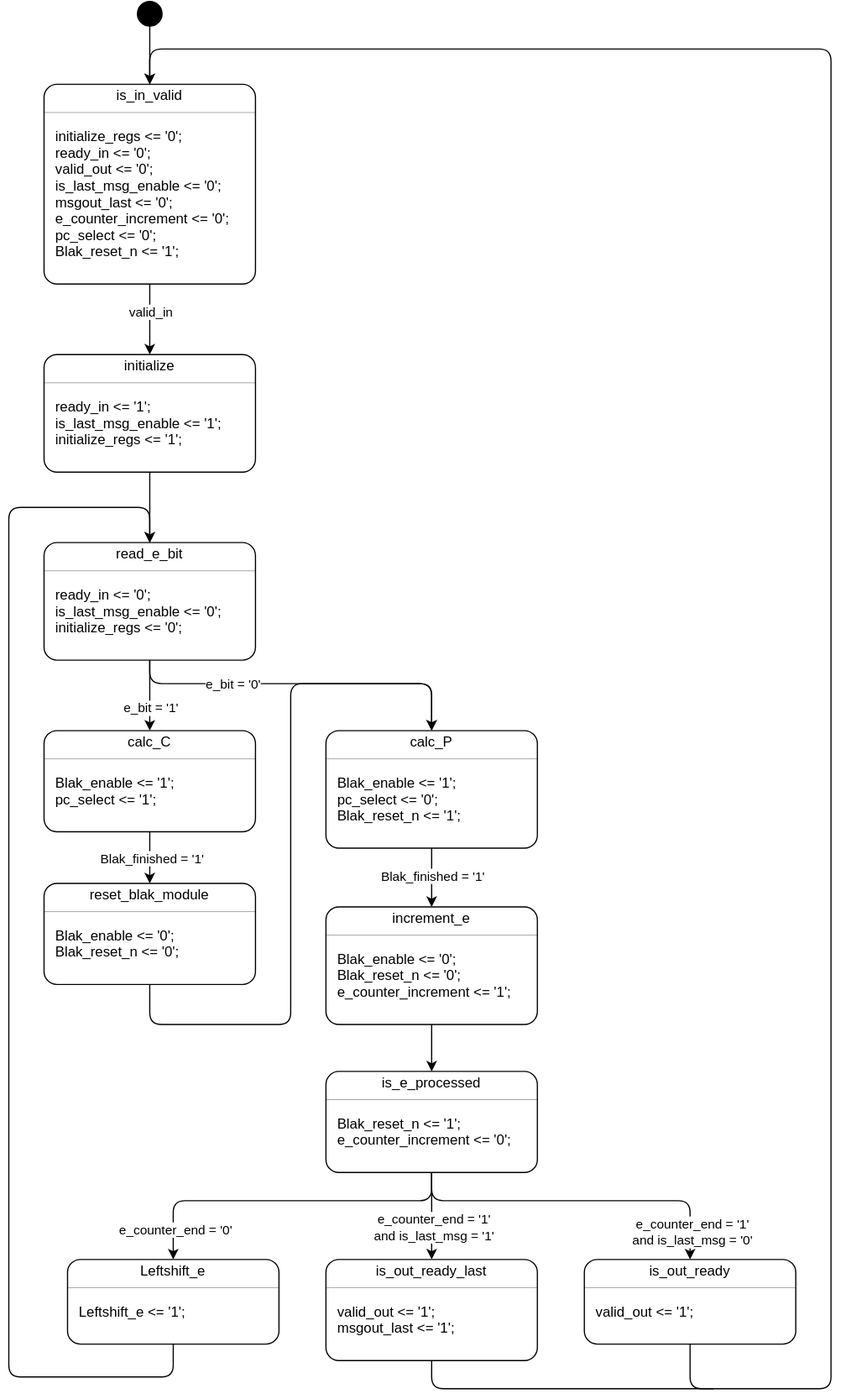
Before: mod_exp_fsm.svg, a diagram exported from draw.io (marnicbar/tfe4141). Source tidied: cells renumbered, new cells last; positions are measured from the earlier drawing's top-left corner, leaving out a move shared by most shapes.
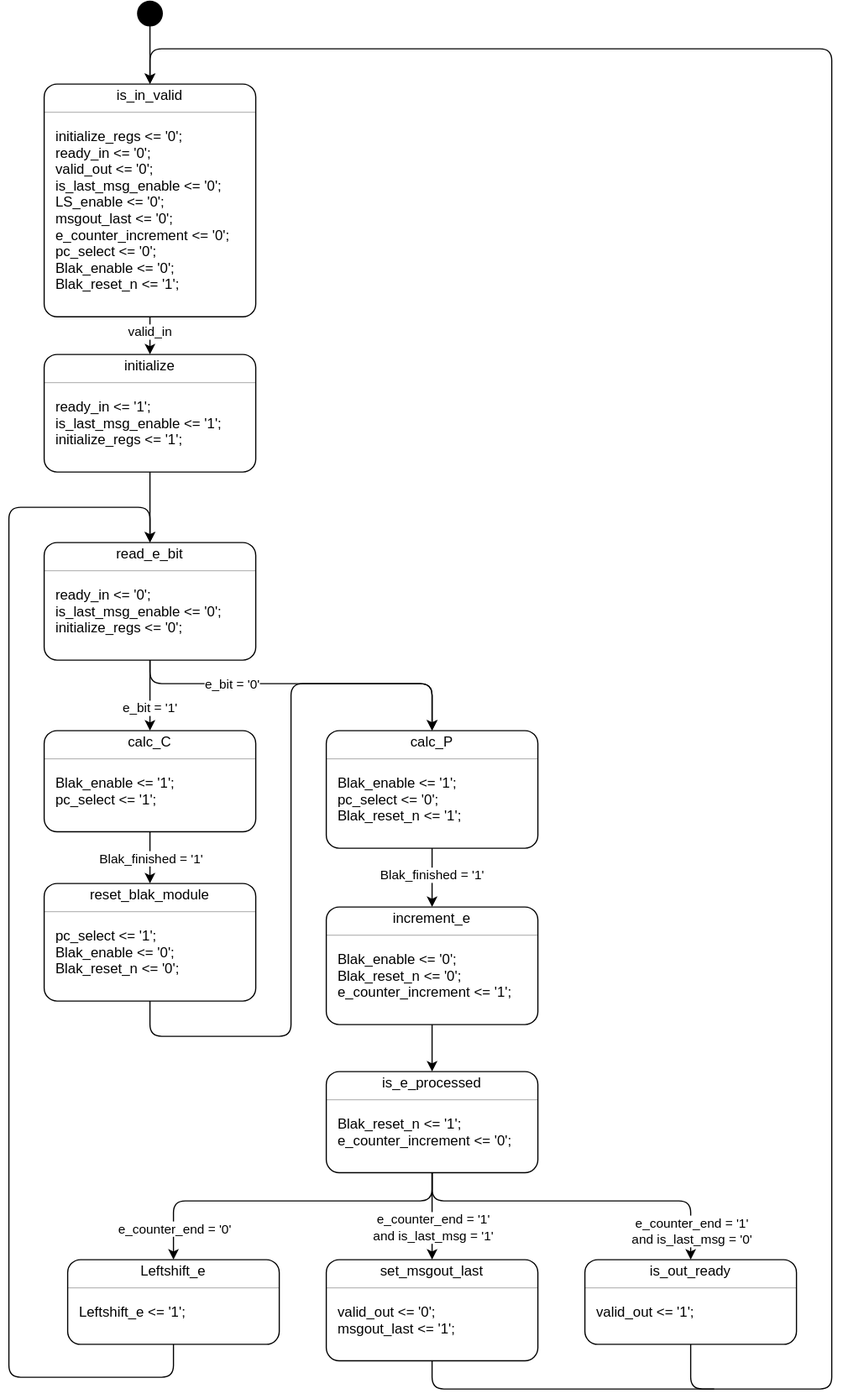
After the change.

The edit, as a diff of the source:
```diff
@@ -3,7 +3,7 @@
     <mxCell id="0" />
     <mxCell id="1" parent="0" />
     <mxCell id="2" style="fontStyle=1;align=center;verticalAlign=middle;horizontal=1;rounded=1;absoluteArcSize=1;arcSize=22;" parent="1" vertex="1">
-      <mxGeometry x="30" y="70" width="180" height="170" as="geometry" />
+      <mxGeometry x="30" y="70" width="180" height="198" as="geometry" />
     </mxCell>
     <mxCell id="3" value="is_in_valid" style="html=1;align=center;spacing=0;verticalAlign=middle;strokeColor=none;fillColor=none;whiteSpace=wrap;" parent="2" vertex="1">
       <mxGeometry width="180" height="20" as="geometry" />
@@ -26,20 +26,26 @@
     <mxCell id="9" value="is_last_msg_enable &amp;lt;= '0';" style="html=1;align=left;spacingLeft=10;spacing=0;verticalAlign=middle;strokeColor=none;fillColor=none;whiteSpace=wrap;" parent="2" vertex="1">
       <mxGeometry y="80" width="180" height="14" as="geometry" />
     </mxCell>
+    <mxCell id="111" value="LS_enable &amp;lt;= '0';" style="html=1;align=left;spacingLeft=10;spacing=0;verticalAlign=middle;strokeColor=none;fillColor=none;whiteSpace=wrap;" parent="2" vertex="1">
+      <mxGeometry y="94" width="180" height="14" as="geometry" />
+    </mxCell>
     <mxCell id="10" value="msgout_last &amp;lt;= '0';" style="html=1;align=left;spacingLeft=10;spacing=0;verticalAlign=middle;strokeColor=none;fillColor=none;whiteSpace=wrap;" parent="2" vertex="1">
-      <mxGeometry y="94" width="180" height="14" as="geometry" />
+      <mxGeometry y="108" width="180" height="14" as="geometry" />
     </mxCell>
     <mxCell id="11" value="e_counter_increment &amp;lt;= '0';" style="html=1;align=left;spacingLeft=10;spacing=0;verticalAlign=middle;strokeColor=none;fillColor=none;whiteSpace=wrap;" parent="2" vertex="1">
-      <mxGeometry y="108" width="180" height="14" as="geometry" />
+      <mxGeometry y="122" width="180" height="14" as="geometry" />
     </mxCell>
     <mxCell id="12" value="pc_select &amp;lt;= '0';" style="html=1;align=left;spacingLeft=10;spacing=0;verticalAlign=middle;strokeColor=none;fillColor=none;whiteSpace=wrap;" parent="2" vertex="1">
-      <mxGeometry y="122" width="180" height="14" as="geometry" />
+      <mxGeometry y="136" width="180" height="14" as="geometry" />
     </mxCell>
+    <mxCell id="112" value="Blak_enable &amp;lt;= '0';" style="html=1;align=left;spacingLeft=10;spacing=0;verticalAlign=middle;strokeColor=none;fillColor=none;whiteSpace=wrap;" parent="2" vertex="1">
+      <mxGeometry y="150" width="180" height="14" as="geometry" />
+    </mxCell>
     <mxCell id="13" value="Blak_reset_n &amp;lt;= '1';" style="html=1;align=left;spacingLeft=10;spacing=0;verticalAlign=middle;strokeColor=none;fillColor=none;whiteSpace=wrap;" parent="2" vertex="1">
-      <mxGeometry y="136" width="180" height="14" as="geometry" />
+      <mxGeometry y="164" width="180" height="14" as="geometry" />
     </mxCell>
     <mxCell id="14" style="html=1;align=left;spacing=0;spacingLeft=10;verticalAlign=middle;strokeColor=none;fillColor=none;whiteSpace=wrap;" parent="2" vertex="1">
-      <mxGeometry y="150" width="180" height="20" as="geometry" />
+      <mxGeometry y="178" width="180" height="20" as="geometry" />
     </mxCell>
     <mxCell id="15" style="edgeStyle=orthogonalEdgeStyle;rounded=0;jettySize=auto;html=1;exitX=0.5;exitY=1;exitDx=0;exitDy=0;entryX=0.5;entryY=0;entryDx=0;entryDy=0;" parent="1" edge="1" source="14" target="18">
       <mxGeometry relative="1" as="geometry" />
@@ -167,7 +173,7 @@
       </mxGeometry>
     </mxCell>
     <mxCell id="53" style="fontStyle=1;align=center;verticalAlign=middle;horizontal=1;rounded=1;absoluteArcSize=1;arcSize=22;" parent="1" vertex="1">
-      <mxGeometry x="30" y="750" width="180" height="86" as="geometry" />
+      <mxGeometry x="30" y="750" width="180" height="100" as="geometry" />
     </mxCell>
     <mxCell id="54" value="reset_blak_module" style="html=1;align=center;spacing=0;verticalAlign=middle;strokeColor=none;fillColor=none;whiteSpace=wrap;" parent="53" vertex="1">
       <mxGeometry width="180" height="20" as="geometry" />
@@ -178,14 +184,17 @@
     <mxCell id="56" style="html=1;align=left;spacing=0;spacingLeft=10;verticalAlign=middle;strokeColor=none;fillColor=none;whiteSpace=wrap;" parent="53" vertex="1">
       <mxGeometry y="28" width="180" height="10" as="geometry" />
     </mxCell>
+    <mxCell id="113" value="pc_select &amp;lt;= '1';" style="html=1;align=left;spacing=0;spacingLeft=10;verticalAlign=middle;strokeColor=none;fillColor=none;whiteSpace=wrap;" parent="53" vertex="1">
+      <mxGeometry y="38" width="180" height="14" as="geometry" />
+    </mxCell>
     <mxCell id="57" value="Blak_enable &amp;lt;= '0';" style="html=1;align=left;spacing=0;spacingLeft=10;verticalAlign=middle;strokeColor=none;fillColor=none;whiteSpace=wrap;" parent="53" vertex="1">
-      <mxGeometry y="38" width="180" height="14" as="geometry" />
+      <mxGeometry y="52" width="180" height="14" as="geometry" />
     </mxCell>
     <mxCell id="58" value="Blak_reset_n &amp;lt;= '0';" style="html=1;align=left;spacing=0;spacingLeft=10;verticalAlign=middle;strokeColor=none;fillColor=none;whiteSpace=wrap;" parent="53" vertex="1">
-      <mxGeometry y="52" width="180" height="14" as="geometry" />
+      <mxGeometry y="66" width="180" height="14" as="geometry" />
     </mxCell>
     <mxCell id="59" style="html=1;align=left;spacing=0;spacingLeft=10;verticalAlign=middle;strokeColor=none;fillColor=none;whiteSpace=wrap;" parent="53" vertex="1">
-      <mxGeometry y="66" width="180" height="20" as="geometry" />
+      <mxGeometry y="80" width="180" height="20" as="geometry" />
     </mxCell>
     <mxCell id="60" style="fontStyle=1;align=center;verticalAlign=middle;horizontal=1;rounded=1;absoluteArcSize=1;arcSize=22;" parent="1" vertex="1">
       <mxGeometry x="270" y="770" width="180" height="100" as="geometry" />
@@ -271,7 +280,7 @@
     <mxCell id="87" style="fontStyle=1;align=center;verticalAlign=middle;horizontal=1;rounded=1;absoluteArcSize=1;arcSize=22;" parent="1" vertex="1">
       <mxGeometry x="270" y="1070" width="180" height="86" as="geometry" />
     </mxCell>
-    <mxCell id="88" value="is_out_ready_last" style="html=1;align=center;spacing=0;verticalAlign=middle;strokeColor=none;fillColor=none;whiteSpace=wrap;" parent="87" vertex="1">
+    <mxCell id="88" value="set_msgout_last" style="html=1;align=center;spacing=0;verticalAlign=middle;strokeColor=none;fillColor=none;whiteSpace=wrap;" parent="87" vertex="1">
       <mxGeometry width="180" height="20" as="geometry" />
     </mxCell>
     <mxCell id="89" style="line;strokeWidth=0.25;fillColor=none;align=left;verticalAlign=middle;spacingTop=-1;spacingLeft=3;spacingRight=3;labelPosition=right;" parent="87" vertex="1">
@@ -280,7 +289,7 @@
     <mxCell id="90" style="html=1;align=left;spacing=0;spacingLeft=10;verticalAlign=middle;strokeColor=none;fillColor=none;whiteSpace=wrap;" parent="87" vertex="1">
       <mxGeometry y="28" width="180" height="10" as="geometry" />
     </mxCell>
-    <mxCell id="91" value="valid_out &amp;lt;= '1';" style="html=1;align=left;spacing=0;spacingLeft=10;verticalAlign=middle;strokeColor=none;fillColor=none;whiteSpace=wrap;" parent="87" vertex="1">
+    <mxCell id="91" value="valid_out &amp;lt;= '0';" style="html=1;align=left;spacing=0;spacingLeft=10;verticalAlign=middle;strokeColor=none;fillColor=none;whiteSpace=wrap;" parent="87" vertex="1">
       <mxGeometry y="38" width="180" height="14" as="geometry" />
     </mxCell>
     <mxCell id="92" value="msgout_last &amp;lt;= '1';" style="html=1;align=left;spacing=0;spacingLeft=10;verticalAlign=middle;strokeColor=none;fillColor=none;whiteSpace=wrap;" parent="87" vertex="1">
@@ -298,8 +307,8 @@
     <mxCell id="96" style="edgeStyle=orthogonalEdgeStyle;rounded=1;jettySize=auto;html=1;exitX=0.5;exitY=1;exitDx=0;exitDy=0;entryX=0.5;entryY=0;entryDx=0;entryDy=0;curved=0;" parent="1" edge="1" source="59" target="44">
       <mxGeometry relative="1" as="geometry">
         <Array as="points">
-          <mxPoint x="120" y="870" />
-          <mxPoint x="240" y="870" />
+          <mxPoint x="120" y="880" />
+          <mxPoint x="240" y="880" />
           <mxPoint x="240" y="580" />
           <mxPoint x="360" y="580" />
         </Array>
```
